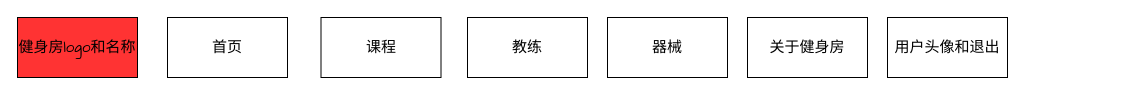
This is 健身房管理会员界面.drawio from xljya/image, a draw.io file, before an edit. Source tidied: cells renumbered, new cells numbered last; positions are measured from the earlier drawing's top-left corner, leaving out a move shared by most shapes. Both pictures are drawn from the tidied source at 100%, with x=0, y=0 at pixel (17, 17).
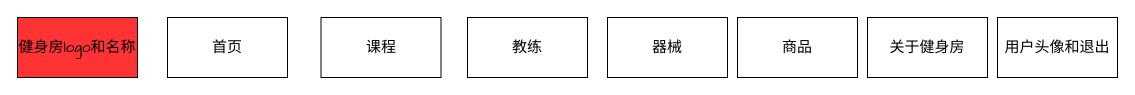
After the change.

Commit message:
更新健身房管理会员界面.drawio

Diff of the diagram source:
```diff
@@
 <mxGraphModel>
   <root>
     <mxCell id="0" />
     <mxCell id="1" parent="0" />
     <mxCell id="2" value="&lt;font style=&quot;font-size: 15px;&quot; face=&quot;Comic Sans MS&quot;&gt;健身房logo和名称&lt;/font&gt;" style="rounded=0;whiteSpace=wrap;html=1;fillColor=#FF3333;" parent="1" vertex="1">
       <mxGeometry width="120" height="60" as="geometry" />
     </mxCell>
     <mxCell id="3" value="&lt;font style=&quot;font-size: 15px;&quot; face=&quot;Comic Sans MS&quot;&gt;首页&lt;/font&gt;" style="rounded=0;whiteSpace=wrap;html=1;" parent="1" vertex="1">
       <mxGeometry x="150" width="120" height="60" as="geometry" />
     </mxCell>
     <mxCell id="4" value="&lt;font style=&quot;font-size: 15px;&quot; face=&quot;Comic Sans MS&quot;&gt;教练&lt;/font&gt;" style="rounded=0;whiteSpace=wrap;html=1;" parent="1" vertex="1">
       <mxGeometry x="450" width="120" height="60" as="geometry" />
     </mxCell>
     <mxCell id="5" value="&lt;font style=&quot;font-size: 15px;&quot; face=&quot;Comic Sans MS&quot;&gt;器械&lt;/font&gt;" style="rounded=0;whiteSpace=wrap;html=1;" parent="1" vertex="1">
       <mxGeometry x="590" width="120" height="60" as="geometry" />
     </mxCell>
     <mxCell id="6" value="&lt;font face=&quot;Comic Sans MS&quot;&gt;&lt;span style=&quot;font-size: 15px;&quot;&gt;课程&lt;/span&gt;&lt;/font&gt;" style="rounded=0;whiteSpace=wrap;html=1;" parent="1" vertex="1">
       <mxGeometry x="303.5" width="120" height="60" as="geometry" />
     </mxCell>
     <mxCell id="7" value="&lt;font style=&quot;font-size: 15px;&quot; face=&quot;Comic Sans MS&quot;&gt;用户头像和退出&lt;/font&gt;" style="rounded=0;whiteSpace=wrap;html=1;" parent="1" vertex="1">
-      <mxGeometry x="870" width="120" height="60" as="geometry" />
+      <mxGeometry x="980" width="120" height="60" as="geometry" />
     </mxCell>
     <mxCell id="8" value="&lt;font style=&quot;font-size: 15px;&quot; face=&quot;Comic Sans MS&quot;&gt;关于健身房&lt;/font&gt;" style="rounded=0;whiteSpace=wrap;html=1;fillColor=#FFFFFF;" parent="1" vertex="1">
-      <mxGeometry x="730" width="120" height="60" as="geometry" />
+      <mxGeometry x="850" width="120" height="60" as="geometry" />
     </mxCell>
+    <mxCell id="9" value="&lt;font style=&quot;font-size: 15px;&quot; face=&quot;Comic Sans MS&quot;&gt;商品&lt;/font&gt;" style="rounded=0;whiteSpace=wrap;html=1;" parent="1" vertex="1">
+      <mxGeometry x="720" width="120" height="60" as="geometry" />
+    </mxCell>
   </root>
 </mxGraphModel>
```
